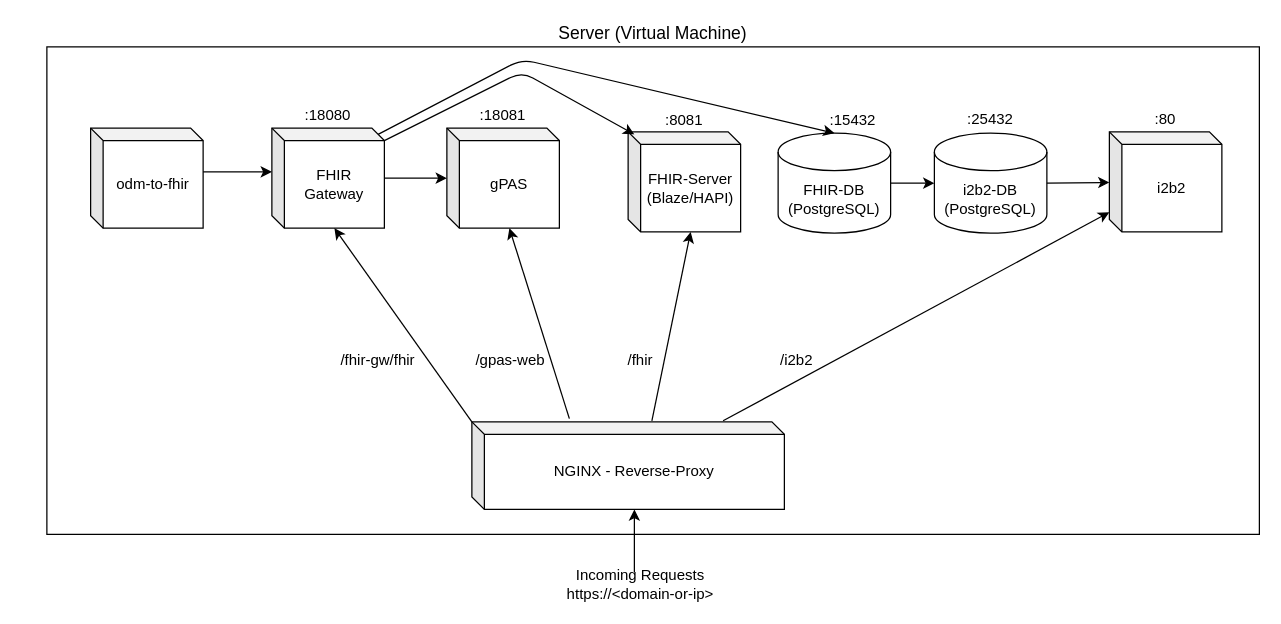
Before: img/num-codex-ap6-nk-v2-final-nginx.drawio in num-codex/num-knoten, a draw.io diagram. Source tidied: cells renumbered, new cells numbered last; positions are measured from the earlier drawing's top-left corner, leaving out a move shared by most shapes. Both pictures are drawn from the tidied source at 125%, with x=0, y=0 at pixel (21, 46).
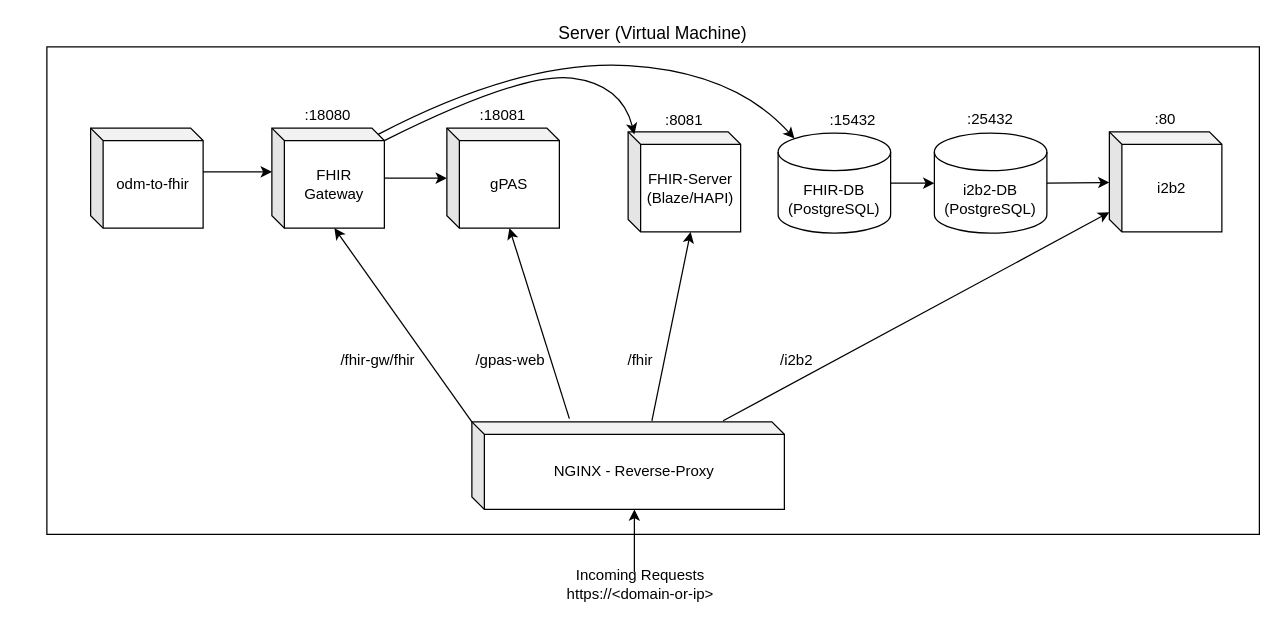
The same diagram, later.

Commit message (it also covers changes not shown here):
doc: adds nginx diagram to readme

The change refers to these unchanged cells:
```xml
<mxCell id="2" style="group;fontSize=12;" parent="1" vertex="1">
  <mxGeometry width="990" height="410" as="geometry" />
</mxCell>
<mxCell id="5" value="FHIR&lt;br&gt;Gateway" style="shape=cube;whiteSpace=wrap;html=1;boundedLbl=1;backgroundOutline=1;darkOpacity=0.05;darkOpacity2=0.1;align=center;size=10;" parent="2" vertex="1">
  <mxGeometry x="200" y="65" width="90" height="80" as="geometry" />
</mxCell>
<mxCell id="6" value="FHIR-DB&lt;br&gt;(PostgreSQL)" style="shape=cylinder3;whiteSpace=wrap;html=1;boundedLbl=1;backgroundOutline=1;size=15;align=center;" parent="2" vertex="1">
  <mxGeometry x="605" y="69" width="90" height="80" as="geometry" />
</mxCell>
```

Change to the diagram source:
```diff
@@
-<mxGraphModel>
+<mxGraphModel background="#FFFFFF">
@@
-    <mxCell id="14" style="endArrow=classic;html=1;exitX=0;exitY=0;exitDx=90;exitDy=10;exitPerimeter=0;" parent="2" edge="1" source="5">
+    <mxCell id="14" style="endArrow=classic;html=1;exitX=0;exitY=0;exitDx=90;exitDy=10;exitPerimeter=0;curved=1;" parent="2" edge="1" source="5">
       <mxGeometry relative="1" as="geometry">
         <mxPoint x="490" y="70" as="targetPoint" />
         <Array as="points">
           <mxPoint x="400" y="20" />
+          <mxPoint x="480" y="30" />
         </Array>
       </mxGeometry>
     </mxCell>
-    <mxCell id="15" style="endArrow=classic;html=1;exitX=0;exitY=0;exitDx=85;exitDy=5;exitPerimeter=0;entryX=0.5;entryY=0;entryDx=0;entryDy=0;entryPerimeter=0;" parent="2" edge="1" source="5" target="6">
+    <mxCell id="15" style="endArrow=classic;html=1;exitX=0;exitY=0;exitDx=85;exitDy=5;exitPerimeter=0;entryX=0.145;entryY=0;entryDx=0;entryDy=4.35;entryPerimeter=0;curved=1;" parent="2" edge="1" source="5" target="6">
       <mxGeometry relative="1" as="geometry">
         <Array as="points">
           <mxPoint x="400" y="10" />
+          <mxPoint x="570" y="20" />
         </Array>
       </mxGeometry>
     </mxCell>
```
